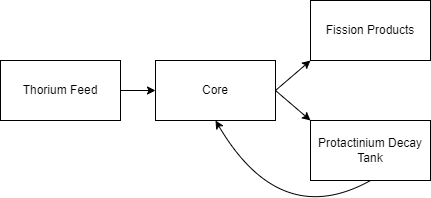
Above: images/phys-repr-scheme.png in LukeSeifert/2022-seifert-ms (draw.io), before the change. Source tidied: cells renumbered, new cells last; positions are measured from the earlier drawing's top-left corner, leaving out a move shared by most shapes.
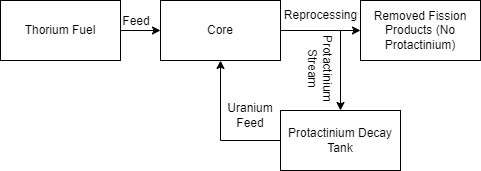
Above is the later version.

Change to the diagram source:
```diff
@@ -3,32 +3,46 @@
     <mxCell id="0" />
     <mxCell id="1" parent="0" />
     <mxCell id="2" value="Core" style="rounded=0;whiteSpace=wrap;html=1;" parent="1" vertex="1">
-      <mxGeometry x="155" y="60" width="120" height="60" as="geometry" />
+      <mxGeometry x="150" y="60" width="120" height="60" as="geometry" />
     </mxCell>
-    <mxCell id="3" value="Thorium Feed" style="rounded=0;whiteSpace=wrap;html=1;" parent="1" vertex="1">
-      <mxGeometry y="60" width="120" height="60" as="geometry" />
+    <mxCell id="3" value="Thorium Fuel" style="rounded=0;whiteSpace=wrap;html=1;" parent="1" vertex="1">
+      <mxGeometry x="-10" y="60" width="120" height="60" as="geometry" />
     </mxCell>
-    <mxCell id="4" value="Fission Products" style="rounded=0;whiteSpace=wrap;html=1;" parent="1" vertex="1">
-      <mxGeometry x="310" width="120" height="60" as="geometry" />
+    <mxCell id="4" value="Removed Fission Products (No Protactinium)" style="rounded=0;whiteSpace=wrap;html=1;" parent="1" vertex="1">
+      <mxGeometry x="350" y="60" width="120" height="60" as="geometry" />
     </mxCell>
     <mxCell id="5" style="endArrow=classic;html=1;rounded=0;exitX=1;exitY=0.5;exitDx=0;exitDy=0;entryX=0;entryY=0.5;entryDx=0;entryDy=0;" parent="1" edge="1" source="3" target="2">
       <mxGeometry relative="1" as="geometry" />
     </mxCell>
+    <mxCell id="7" style="endArrow=classic;html=1;rounded=0;entryX=0;entryY=0.5;entryDx=0;entryDy=0;exitX=1;exitY=0.5;exitDx=0;exitDy=0;" parent="1" edge="1" source="2" target="4">
+      <mxGeometry relative="1" as="geometry" />
+    </mxCell>
+    <mxCell id="10" value="Feed" style="text;html=1;strokeColor=none;fillColor=none;align=center;verticalAlign=middle;whiteSpace=wrap;rounded=0;rotation=0;" parent="1" vertex="1">
+      <mxGeometry x="96" y="66" width="60" height="30" as="geometry" />
+    </mxCell>
+    <mxCell id="11" value="Reprocessing" style="text;html=1;align=center;verticalAlign=middle;strokeColor=none;fillColor=none;rotation=0;" parent="1" vertex="1">
+      <mxGeometry x="260" y="60" width="100" height="30" as="geometry" />
+    </mxCell>
     <mxCell id="6" value="Protactinium Decay Tank" style="rounded=0;whiteSpace=wrap;html=1;" parent="1" vertex="1">
-      <mxGeometry x="310" y="120" width="120" height="60" as="geometry" />
+      <mxGeometry x="270" y="170" width="120" height="60" as="geometry" />
     </mxCell>
-    <mxCell id="7" style="endArrow=classic;html=1;rounded=0;entryX=0;entryY=1;entryDx=0;entryDy=0;exitX=1;exitY=0.5;exitDx=0;exitDy=0;" parent="1" edge="1" source="2" target="4">
-      <mxGeometry relative="1" as="geometry" />
-    </mxCell>
-    <mxCell id="8" style="endArrow=classic;html=1;rounded=0;exitX=1;exitY=0.5;exitDx=0;exitDy=0;entryX=0;entryY=0;entryDx=0;entryDy=0;" parent="1" edge="1" source="2" target="6">
-      <mxGeometry relative="1" as="geometry" />
-    </mxCell>
+    <mxCell id="12" style="endArrow=classic;html=1;rounded=0;entryX=0.5;entryY=0;entryDx=0;entryDy=0;" parent="1" edge="1" target="6">
+      <mxGeometry relative="1" as="geometry">
+        <mxPoint x="330" y="90" as="sourcePoint" />
+      </mxGeometry>
+    </mxCell>
-    <mxCell id="9" style="curved=1;endArrow=classic;html=1;rounded=0;exitX=0.5;exitY=1;exitDx=0;exitDy=0;entryX=0.5;entryY=1;entryDx=0;entryDy=0;" parent="1" edge="1" source="6" target="2">
+    <mxCell id="9" style="endArrow=classic;html=1;rounded=0;exitX=0;exitY=0.5;exitDx=0;exitDy=0;entryX=0.5;entryY=1;entryDx=0;entryDy=0;" parent="1" edge="1" source="6" target="2">
       <mxGeometry relative="1" as="geometry">
         <Array as="points">
-          <mxPoint x="280" y="230" />
+          <mxPoint x="210" y="200" />
         </Array>
       </mxGeometry>
     </mxCell>
+    <mxCell id="13" value="Uranium Feed" style="text;html=1;strokeColor=none;fillColor=none;align=center;verticalAlign=middle;whiteSpace=wrap;rounded=0;rotation=0;" parent="1" vertex="1">
+      <mxGeometry x="210" y="160" width="60" height="30" as="geometry" />
+    </mxCell>
+    <mxCell id="14" value="Protactinium Stream" style="text;html=1;strokeColor=none;fillColor=none;align=center;verticalAlign=middle;whiteSpace=wrap;rounded=0;rotation=90;" parent="1" vertex="1">
+      <mxGeometry x="280" y="113" width="60" height="30" as="geometry" />
+    </mxCell>
   </root>
 </mxGraphModel>
```
